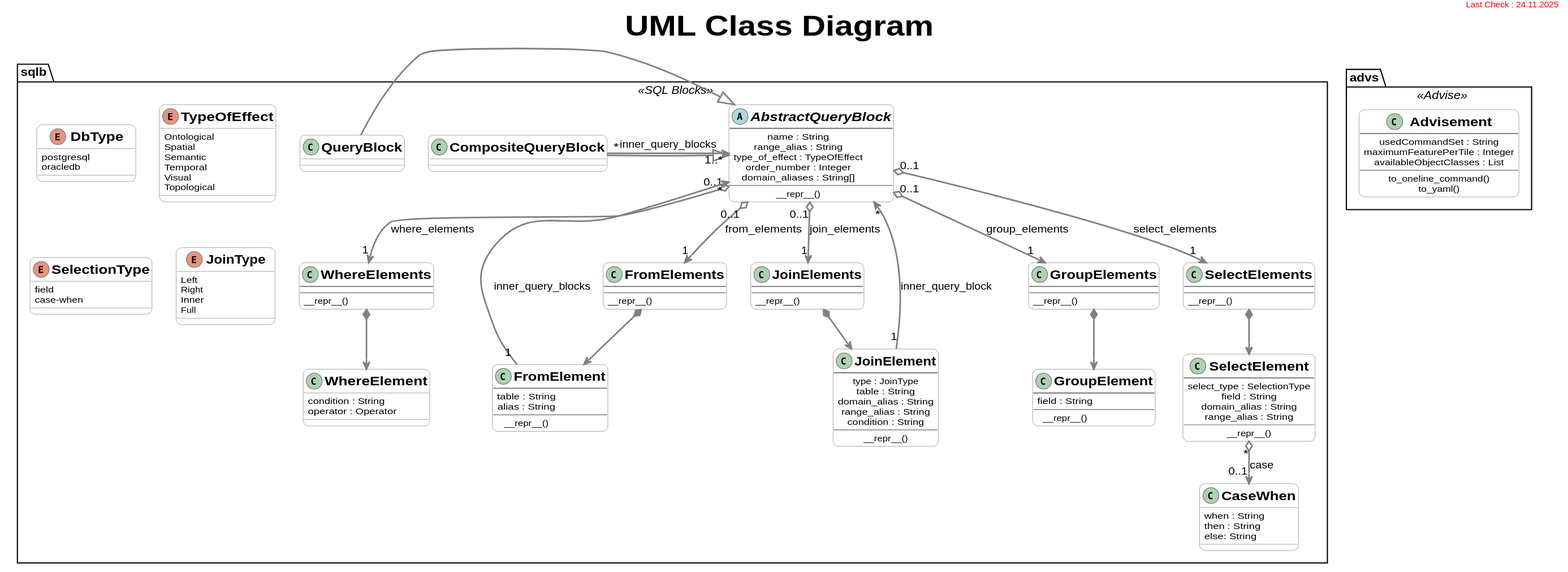
This is docs/images/classes.svg from tum-gis/citydb-3dtiler, a PlantUML export, as it was before one commit.
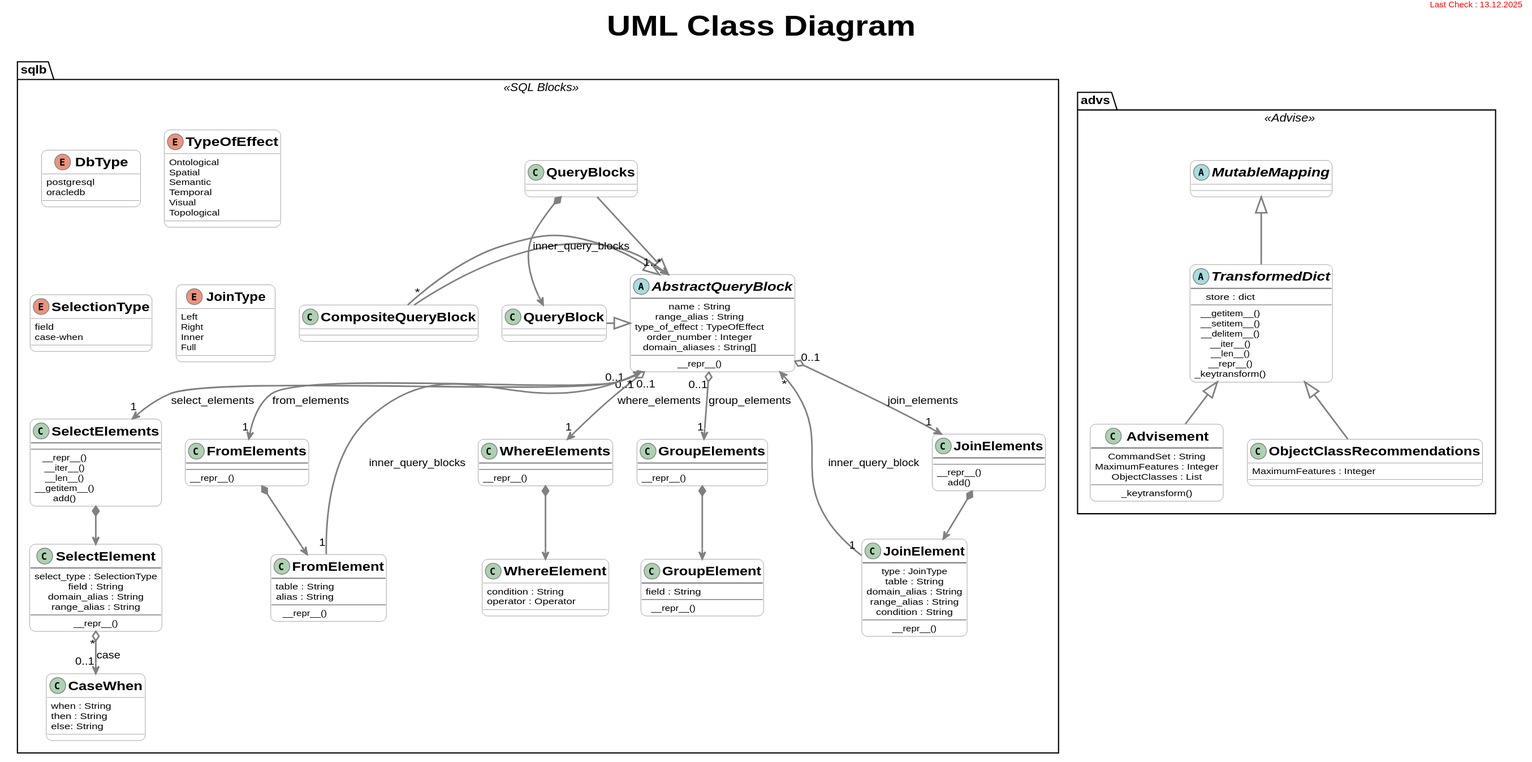
After the commit.

The edit, as a diff of the source:
```diff
@@ -1,7 +1,7 @@
 @startuml
 title UML Class Diagram
 header
-<font color=red size=10>Last Check : 24.11.2025</font>
+<font color=red size=10>Last Check : 13.12.2025</font>
 endheader
 
 
@@ -39,14 +39,33 @@
 }
 
 namespace advs <<Advise>> {
+	abstract class MutableMapping {
+	}
+	abstract class TransformedDict {
+		store : dict
+		---
+		__getitem__()
+		__setitem__()
+		__delitem__()
+		__iter__()
+		__len__()
+		__repr__()
+		_keytransform()
+	}
+	TransformedDict -up-|> MutableMapping
 	class Advisement {
-		usedCommandSet : String
-		maximumFeaturePerTile : Integer
-		availableObjectClasses : List
+		CommandSet : String
+		MaximumFeatures : Integer
+		ObjectClasses : List
 		---
-		to_oneline_command()
-		to_yaml()
+		_keytransform()
 	}
+	Advisement -up-|> TransformedDict
+
+	class ObjectClassRecommendations {
+		MaximumFeatures : Integer
+	}
+	ObjectClassRecommendations -up-|> TransformedDict
 }
 
 namespace sqlb <<SQL Blocks>> {
@@ -69,6 +88,11 @@
 	}
 	QueryBlock -right-|> AbstractQueryBlock
 
+	class QueryBlocks {
+	}
+	QueryBlocks -right-|> AbstractQueryBlock
+	QueryBlocks *-down-> QueryBlock
+
 	class CompositeQueryBlock {
 	}
 	CompositeQueryBlock -right-|> AbstractQueryBlock
@@ -87,6 +111,10 @@
 	class SelectElements{
 		---
 		__repr__()
+		__iter__()
+		__len__()
+		__getitem__()
+		add()
 	}
 	SelectElements *-down-> SelectElement
 
@@ -118,6 +146,7 @@
 	class JoinElements {
 		---
 		__repr__()
+		add()
 	}
 	JoinElements *-down-> JoinElement
 
```
